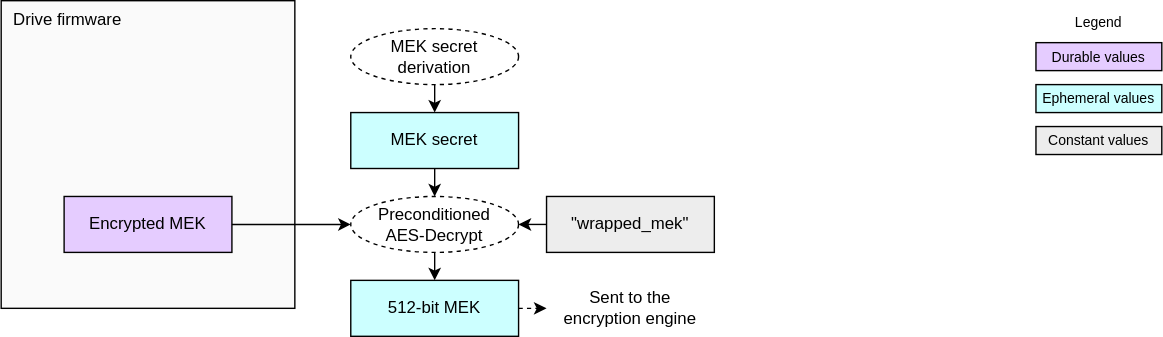
Before: doc/ocp_lock/diagrams/mek_load.drawio.svg, a diagram exported from draw.io (chipsalliance/Caliptra). Source tidied: cells renumbered, new cells last; positions are measured from the earlier drawing's top-left corner, leaving out a move shared by most shapes.
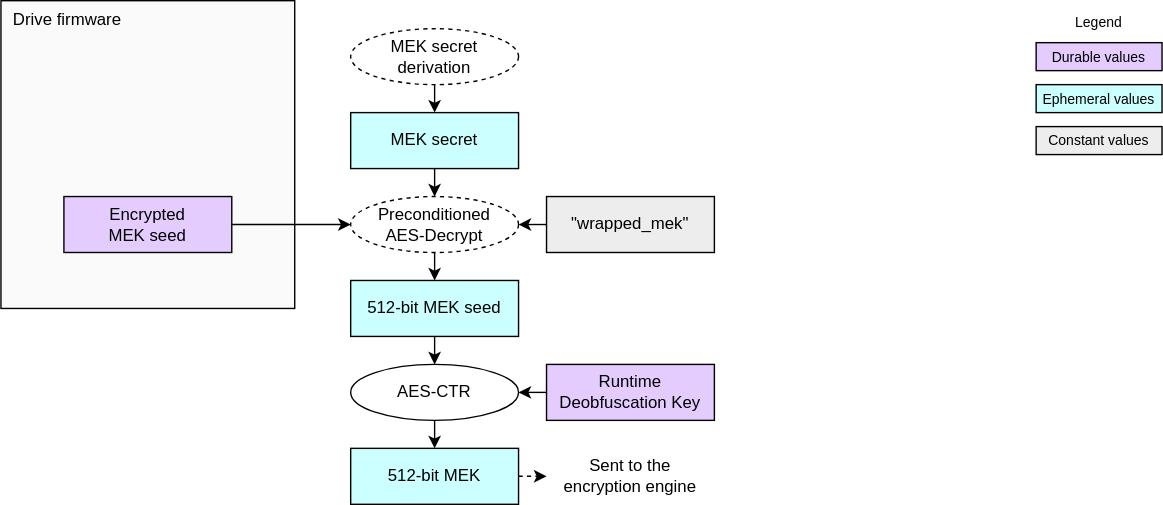
After the commit.

The edit, as a diff of the source:
```diff
@@ -14,19 +14,16 @@
     <mxCell id="5" value="&lt;div&gt;&lt;font color=&quot;#000000&quot;&gt;Ephemeral values&lt;/font&gt;&lt;/div&gt;" style="rounded=0;whiteSpace=wrap;html=1;align=center;verticalAlign=middle;shadow=0;glass=0;spacingLeft=0;spacingBottom=0;spacingTop=0;fillColor=#CCFFFF;fontSize=10;" parent="1" vertex="1">
       <mxGeometry x="740" y="60" width="90" height="20" as="geometry" />
     </mxCell>
+    <mxCell id="20" style="edgeStyle=none;html=1;exitX=0.5;exitY=1;exitDx=0;exitDy=0;entryX=0.5;entryY=0;entryDx=0;entryDy=0;" parent="1" edge="1" source="6" target="24">
+      <mxGeometry relative="1" as="geometry" />
+    </mxCell>
-    <mxCell id="6" value="&lt;div&gt;&lt;font color=&quot;#000000&quot;&gt;512-bit MEK&lt;/font&gt;&lt;/div&gt;" style="rounded=0;whiteSpace=wrap;html=1;align=center;verticalAlign=middle;shadow=0;glass=0;spacingLeft=0;spacingBottom=0;spacingTop=0;fillColor=#CCFFFF;" parent="1" vertex="1">
+    <mxCell id="6" value="&lt;div&gt;&lt;font color=&quot;#000000&quot;&gt;512-bit&lt;/font&gt;&lt;span style=&quot;background-color: transparent;&quot;&gt;&amp;nbsp;MEK seed&lt;/span&gt;&lt;/div&gt;" style="rounded=0;whiteSpace=wrap;html=1;align=center;verticalAlign=middle;shadow=0;glass=0;spacingLeft=0;spacingBottom=0;spacingTop=0;fillColor=#CCFFFF;" parent="1" vertex="1">
       <mxGeometry x="250" y="200" width="120" height="40" as="geometry" />
     </mxCell>
-    <mxCell id="7" value="Sent to the&lt;div&gt;encryption engine&lt;/div&gt;" style="text;strokeColor=none;align=center;fillColor=none;html=1;verticalAlign=middle;whiteSpace=wrap;rounded=0;" parent="1" vertex="1">
-      <mxGeometry x="390" y="205" width="120" height="30" as="geometry" />
-    </mxCell>
-    <mxCell id="8" style="edgeStyle=none;html=1;exitX=1;exitY=0.5;exitDx=0;exitDy=0;entryX=0;entryY=0.5;entryDx=0;entryDy=0;dashed=1;" parent="1" edge="1" source="6" target="7">
-      <mxGeometry relative="1" as="geometry" />
-    </mxCell>
     <mxCell id="9" value="&lt;div&gt;&lt;font color=&quot;#000000&quot;&gt;Constant values&lt;/font&gt;&lt;/div&gt;" style="rounded=0;whiteSpace=wrap;html=1;align=center;verticalAlign=middle;shadow=0;glass=0;spacingLeft=0;spacingBottom=0;spacingTop=0;fillColor=#EDEDED;fontSize=10;" parent="1" vertex="1">
       <mxGeometry x="740" y="90" width="90" height="20" as="geometry" />
     </mxCell>
-    <mxCell id="10" value="&lt;div&gt;&lt;font color=&quot;#000000&quot;&gt;Encrypted MEK&lt;/font&gt;&lt;/div&gt;" style="rounded=0;whiteSpace=wrap;html=1;align=center;verticalAlign=middle;shadow=0;glass=0;spacingLeft=0;spacingBottom=0;spacingTop=0;fillColor=#E5CCFF;" parent="1" vertex="1">
+    <mxCell id="10" value="&lt;div&gt;&lt;font color=&quot;#000000&quot;&gt;Encrypted&lt;/font&gt;&lt;/div&gt;&lt;div&gt;&lt;span style=&quot;background-color: transparent;&quot;&gt;MEK seed&lt;/span&gt;&lt;/div&gt;" style="rounded=0;whiteSpace=wrap;html=1;align=center;verticalAlign=middle;shadow=0;glass=0;spacingLeft=0;spacingBottom=0;spacingTop=0;fillColor=#E5CCFF;" parent="1" vertex="1">
       <mxGeometry x="45" y="140" width="120" height="40" as="geometry" />
     </mxCell>
     <mxCell id="11" style="edgeStyle=none;html=1;exitX=1;exitY=0.5;exitDx=0;exitDy=0;entryX=0;entryY=0.5;entryDx=0;entryDy=0;" parent="1" edge="1" source="10" target="14">
@@ -56,5 +53,26 @@
     <mxCell id="19" value="MEK secret&lt;div&gt;derivation&lt;/div&gt;" style="ellipse;whiteSpace=wrap;html=1;fillColor=#FFFFFF;dashed=1;" parent="1" vertex="1">
       <mxGeometry x="250" y="20" width="120" height="40" as="geometry" />
     </mxCell>
+    <mxCell id="21" value="&lt;div&gt;&lt;font color=&quot;#000000&quot;&gt;512-bit&amp;nbsp;&lt;/font&gt;&lt;span style=&quot;background-color: transparent;&quot;&gt;MEK&lt;/span&gt;&lt;/div&gt;" style="rounded=0;whiteSpace=wrap;html=1;align=center;verticalAlign=middle;shadow=0;glass=0;spacingLeft=0;spacingBottom=0;spacingTop=0;fillColor=#CCFFFF;" parent="1" vertex="1">
+      <mxGeometry x="250" y="320" width="120" height="40" as="geometry" />
+    </mxCell>
+    <mxCell id="7" value="Sent to the&lt;div&gt;encryption engine&lt;/div&gt;" style="text;strokeColor=none;align=center;fillColor=none;html=1;verticalAlign=middle;whiteSpace=wrap;rounded=0;" parent="1" vertex="1">
+      <mxGeometry x="390" y="325" width="120" height="30" as="geometry" />
+    </mxCell>
+    <mxCell id="22" style="edgeStyle=none;html=1;exitX=1;exitY=0.5;exitDx=0;exitDy=0;entryX=0;entryY=0.5;entryDx=0;entryDy=0;dashed=1;" parent="1" edge="1" source="21" target="7">
+      <mxGeometry relative="1" as="geometry" />
+    </mxCell>
+    <mxCell id="23" style="edgeStyle=none;html=1;exitX=0.5;exitY=1;exitDx=0;exitDy=0;entryX=0.5;entryY=0;entryDx=0;entryDy=0;" parent="1" edge="1" source="24" target="21">
+      <mxGeometry relative="1" as="geometry" />
+    </mxCell>
+    <mxCell id="24" value="AES-CTR" style="ellipse;whiteSpace=wrap;html=1;fillColor=#FFFFFF;" parent="1" vertex="1">
+      <mxGeometry x="250" y="260" width="120" height="40" as="geometry" />
+    </mxCell>
+    <mxCell id="25" style="edgeStyle=none;html=1;exitX=0;exitY=0.5;exitDx=0;exitDy=0;entryX=1;entryY=0.5;entryDx=0;entryDy=0;" parent="1" edge="1" source="26" target="24">
+      <mxGeometry relative="1" as="geometry" />
+    </mxCell>
+    <mxCell id="26" value="Runtime Deobfuscation Key" style="rounded=0;whiteSpace=wrap;html=1;align=center;verticalAlign=middle;shadow=0;glass=0;spacingLeft=0;spacingBottom=0;spacingTop=0;fillColor=#E5CCFF;" parent="1" vertex="1">
+      <mxGeometry x="390" y="260" width="120" height="40" as="geometry" />
+    </mxCell>
   </root>
 </mxGraphModel>
```
